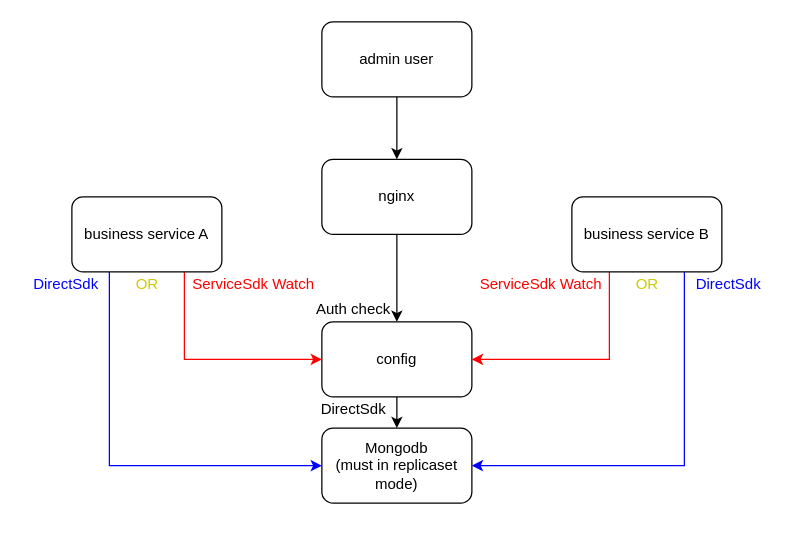
chenjie199234/config keeps this draw.io diagram as config.drawio. Above is the earlier version. Source tidied: cells renumbered, new cells numbered last; positions are measured from the earlier drawing's top-left corner, leaving out a move shared by most shapes. Both pictures are drawn from the tidied source at 125%, with x=0, y=0 at pixel (21, 21).
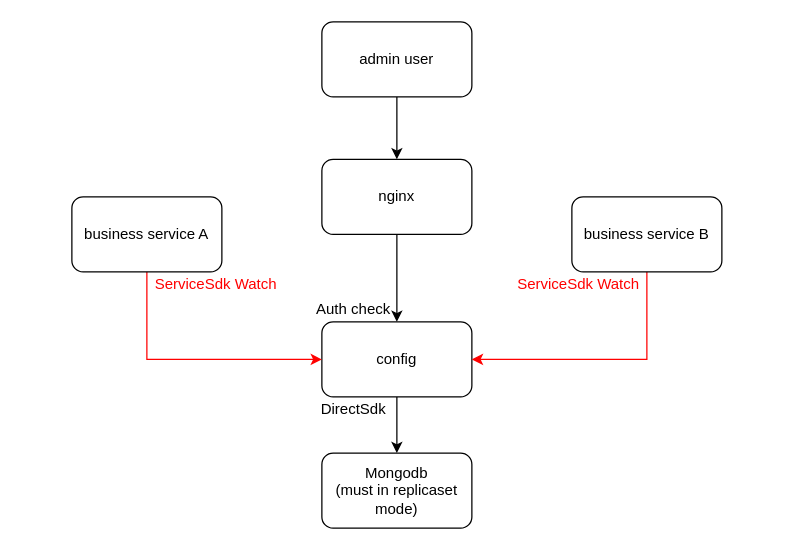
The same diagram, later.

The change refers to these unchanged cells:
```xml
<mxCell id="4" value="config" style="rounded=1;whiteSpace=wrap;html=1;" parent="1" vertex="1">
  <mxGeometry x="240" y="240" width="120" height="60" as="geometry" />
</mxCell>
<mxCell id="8" value="business service A" style="rounded=1;whiteSpace=wrap;html=1;" parent="1" vertex="1">
  <mxGeometry x="40" y="140" width="120" height="60" as="geometry" />
</mxCell>
<mxCell id="11" value="business service B" style="rounded=1;whiteSpace=wrap;html=1;" parent="1" vertex="1">
  <mxGeometry x="440" y="140" width="120" height="60" as="geometry" />
</mxCell>
```

What changed in the source:
```diff
@@
     <mxCell id="2" value="Mongodb&lt;br&gt;(must in replicaset mode)" style="rounded=1;whiteSpace=wrap;html=1;" parent="1" vertex="1">
-      <mxGeometry x="240" y="325" width="120" height="60" as="geometry" />
+      <mxGeometry x="240" y="345" width="120" height="60" as="geometry" />
     </mxCell>
@@
-    <mxCell id="6" style="edgeStyle=orthogonalEdgeStyle;rounded=0;jettySize=auto;html=1;exitX=0.75;exitY=1;exitDx=0;exitDy=0;entryX=0;entryY=0.5;entryDx=0;entryDy=0;fontColor=#FF0000;strokeColor=#FF0000;" parent="1" edge="1" source="8" target="4">
+    <mxCell id="6" style="edgeStyle=orthogonalEdgeStyle;rounded=0;jettySize=auto;html=1;exitX=0.5;exitY=1;exitDx=0;exitDy=0;entryX=0;entryY=0.5;entryDx=0;entryDy=0;fontColor=#FF0000;strokeColor=#FF0000;" parent="1" edge="1" source="8" target="4">
       <mxGeometry relative="1" as="geometry" />
     </mxCell>
-    <mxCell id="7" style="edgeStyle=orthogonalEdgeStyle;rounded=0;jettySize=auto;html=1;exitX=0.25;exitY=1;exitDx=0;exitDy=0;entryX=0;entryY=0.5;entryDx=0;entryDy=0;fontColor=#FF0000;strokeColor=#0000FF;" parent="1" edge="1" source="8" target="2">
-      <mxGeometry relative="1" as="geometry" />
-    </mxCell>
@@
-    <mxCell id="9" style="edgeStyle=orthogonalEdgeStyle;rounded=0;jettySize=auto;html=1;exitX=0.25;exitY=1;exitDx=0;exitDy=0;entryX=1;entryY=0.5;entryDx=0;entryDy=0;fontColor=#FF0000;strokeColor=#FF0000;" parent="1" edge="1" source="11" target="4">
+    <mxCell id="9" style="edgeStyle=orthogonalEdgeStyle;rounded=0;jettySize=auto;html=1;exitX=0.5;exitY=1;exitDx=0;exitDy=0;entryX=1;entryY=0.5;entryDx=0;entryDy=0;fontColor=#FF0000;strokeColor=#FF0000;" parent="1" edge="1" source="11" target="4">
       <mxGeometry relative="1" as="geometry" />
     </mxCell>
-    <mxCell id="10" style="edgeStyle=orthogonalEdgeStyle;rounded=0;jettySize=auto;html=1;exitX=0.75;exitY=1;exitDx=0;exitDy=0;entryX=1;entryY=0.5;entryDx=0;entryDy=0;fontColor=#FF0000;strokeColor=#0000FF;" parent="1" edge="1" source="11" target="2">
-      <mxGeometry relative="1" as="geometry" />
-    </mxCell>
@@
     <mxCell id="12" value="&lt;font color=&quot;#ff0000&quot;&gt;ServiceSdk Watch&lt;/font&gt;" style="text;html=1;align=center;verticalAlign=middle;strokeColor=none;fillColor=none;" parent="1" vertex="1">
-      <mxGeometry x="130" y="200" width="110" height="20" as="geometry" />
+      <mxGeometry x="100" y="200" width="110" height="20" as="geometry" />
     </mxCell>
-    <mxCell id="13" value="&lt;font color=&quot;#0000ff&quot;&gt;DirectSdk&lt;/font&gt;" style="text;html=1;align=center;verticalAlign=middle;strokeColor=none;fillColor=none;" parent="1" vertex="1">
-      <mxGeometry x="530" y="200" width="70" height="20" as="geometry" />
-    </mxCell>
-    <mxCell id="14" value="&lt;font color=&quot;#0000ff&quot;&gt;DirectSdk&lt;/font&gt;" style="text;html=1;align=center;verticalAlign=middle;strokeColor=none;fillColor=none;" parent="1" vertex="1">
-      <mxGeometry y="200" width="70" height="20" as="geometry" />
-    </mxCell>
-    <mxCell id="15" value="&lt;font color=&quot;#cccc00&quot;&gt;OR&lt;/font&gt;" style="text;html=1;align=center;verticalAlign=middle;strokeColor=none;fillColor=none;fontColor=#0000FF;" parent="1" vertex="1">
-      <mxGeometry x="85" y="200" width="30" height="20" as="geometry" />
-    </mxCell>
-    <mxCell id="16" value="&lt;font color=&quot;#cccc00&quot;&gt;OR&lt;/font&gt;" style="text;html=1;align=center;verticalAlign=middle;strokeColor=none;fillColor=none;fontColor=#0000FF;" parent="1" vertex="1">
-      <mxGeometry x="485" y="200" width="30" height="20" as="geometry" />
-    </mxCell>
     <mxCell id="17" value="&lt;font color=&quot;#ff0000&quot;&gt;ServiceSdk Watch&lt;/font&gt;" style="text;html=1;align=center;verticalAlign=middle;strokeColor=none;fillColor=none;" parent="1" vertex="1">
-      <mxGeometry x="360" y="200" width="110" height="20" as="geometry" />
+      <mxGeometry x="390" y="200" width="110" height="20" as="geometry" />
     </mxCell>
```
